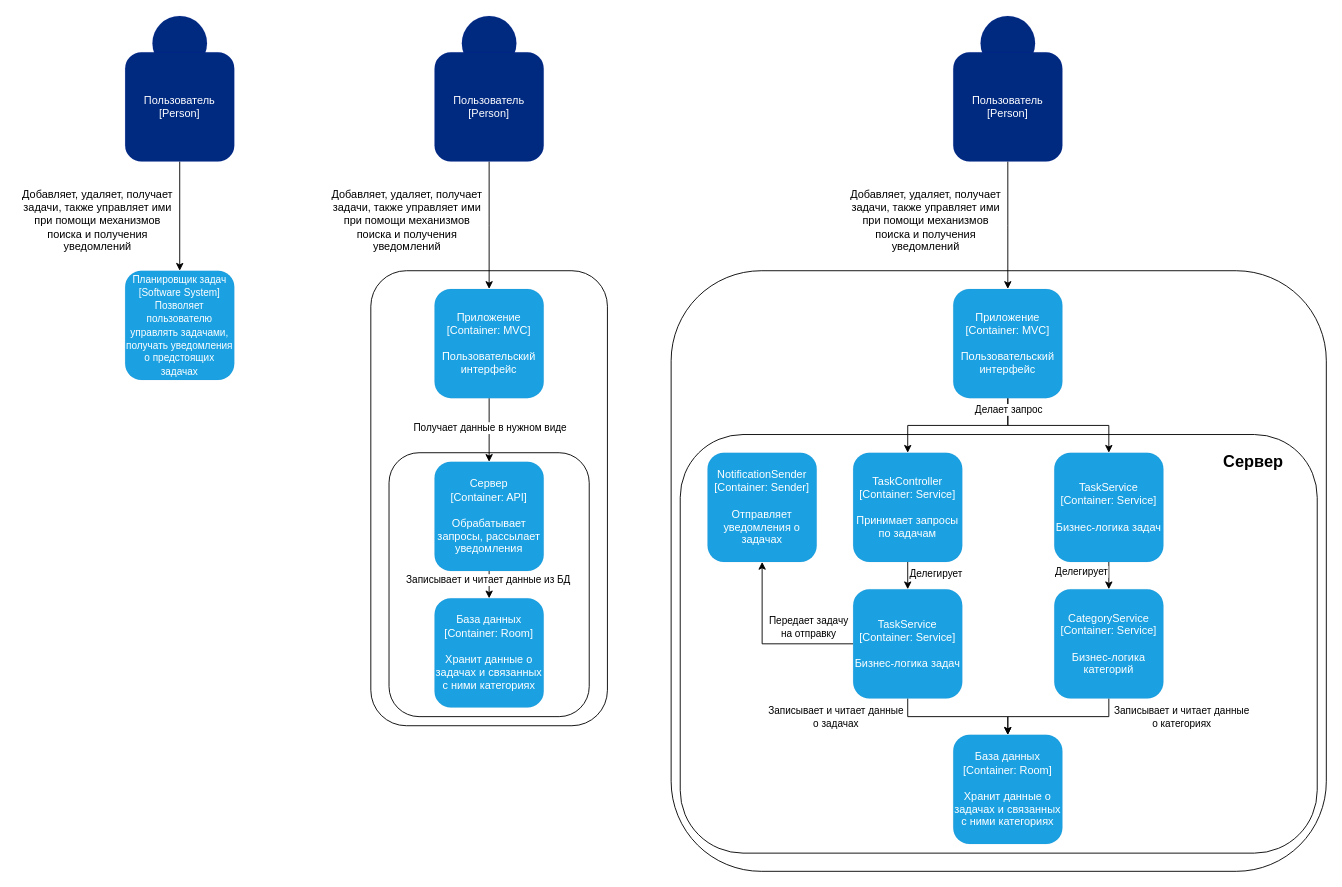
BaronVice/schemas keeps this draw.io diagram as Architecture.drawio. Above is the earlier version. Source tidied: cells renumbered, new cells numbered last; positions are measured from the earlier drawing's top-left corner, leaving out a move shared by most shapes. Both pictures are drawn from the tidied source at 91%, with x=0, y=0 at pixel (15, 15).
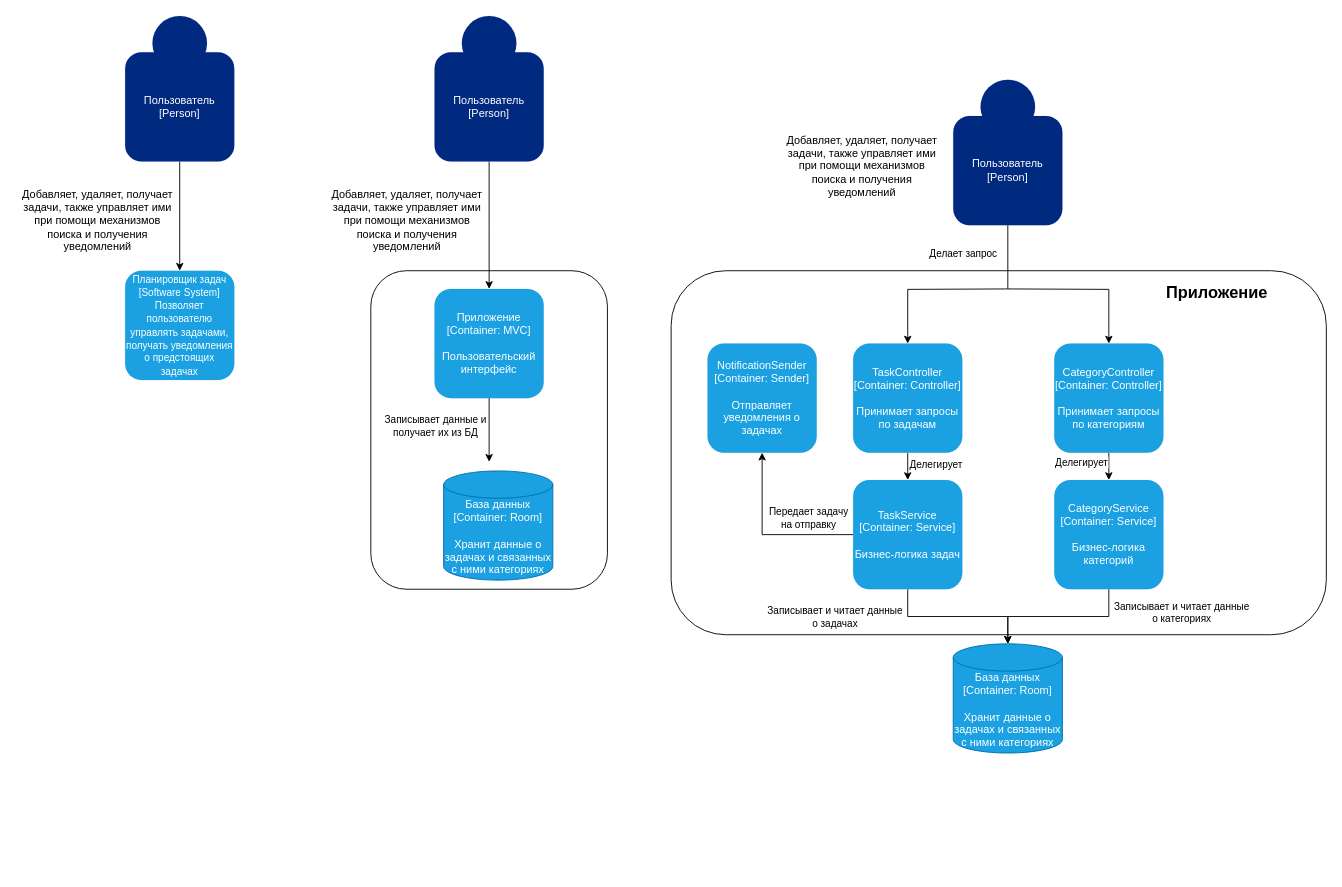
The same diagram, later.

Unchanged cells that the change refers to:
```xml
<mxCell id="19" value="&lt;div&gt;Приложение&lt;/div&gt;&lt;div&gt;[Container: MVC]&lt;/div&gt;&lt;div&gt;&lt;br&gt;&lt;/div&gt;&lt;div&gt;Пользовательский интерфейс&lt;/div&gt;" style="rounded=1;whiteSpace=wrap;html=1;fillColor=#1ba1e2;fontColor=#ffffff;strokeColor=#006EAF;strokeWidth=0;" parent="1" vertex="1">
  <mxGeometry x="460" y="300" width="120" height="120" as="geometry" />
</mxCell>
```

Change to the diagram source:
```diff
@@
     <mxCell id="9" style="rounded=1;whiteSpace=wrap;html=1;" parent="1" vertex="1">
-      <mxGeometry x="390" y="280" width="260" height="500" as="geometry" />
+      <mxGeometry x="390" y="280" width="260" height="350" as="geometry" />
     </mxCell>
-    <mxCell id="10" style="rounded=1;whiteSpace=wrap;html=1;" parent="1" vertex="1">
-      <mxGeometry x="410" y="480" width="220" height="290" as="geometry" />
-    </mxCell>
-    <mxCell id="11" value="&lt;div&gt;База данных&lt;/div&gt;&lt;div&gt;[Container: Room]&lt;/div&gt;&lt;div&gt;&lt;br&gt;&lt;/div&gt;&lt;div&gt;Хранит данные о задачах и связанных с ними категориях&lt;/div&gt;" style="rounded=1;whiteSpace=wrap;html=1;fillColor=#1ba1e2;fontColor=#ffffff;strokeColor=#006EAF;strokeWidth=0;" parent="1" vertex="1">
-      <mxGeometry x="460" y="640" width="120" height="120" as="geometry" />
-    </mxCell>
-    <mxCell id="12" style="edgeStyle=orthogonalEdgeStyle;rounded=0;jettySize=auto;html=1;exitX=0.5;exitY=1;exitDx=0;exitDy=0;entryX=0.5;entryY=0;entryDx=0;entryDy=0;" parent="1" edge="1" source="14" target="11">
-      <mxGeometry relative="1" as="geometry" />
-    </mxCell>
-    <mxCell id="13" value="Записывает и читает данные из БД" style="edgeLabel;html=1;align=center;verticalAlign=middle;" parent="12" vertex="1">
-      <mxGeometry x="-0.4" y="-2" relative="1" as="geometry" />
-    </mxCell>
-    <mxCell id="14" value="&lt;div&gt;Сервер&lt;/div&gt;&lt;div&gt;[Container: API]&lt;/div&gt;&lt;div&gt;&lt;br&gt;&lt;/div&gt;&lt;div&gt;Обрабатывает запросы, рассылает уведомления&lt;/div&gt;" style="rounded=1;whiteSpace=wrap;html=1;fillColor=#1ba1e2;fontColor=#ffffff;strokeColor=#006EAF;strokeWidth=0;" parent="1" vertex="1">
-      <mxGeometry x="460" y="490" width="120" height="120" as="geometry" />
-    </mxCell>
@@
-    <mxCell id="17" style="edgeStyle=orthogonalEdgeStyle;rounded=0;jettySize=auto;html=1;exitX=0.5;exitY=1;exitDx=0;exitDy=0;entryX=0.5;entryY=0;entryDx=0;entryDy=0;" parent="1" edge="1" source="19" target="14">
-      <mxGeometry relative="1" as="geometry" />
+    <mxCell id="17" style="edgeStyle=orthogonalEdgeStyle;rounded=0;jettySize=auto;html=1;exitX=0.5;exitY=1;exitDx=0;exitDy=0;entryX=0.5;entryY=0;entryDx=0;entryDy=0;" parent="1" edge="1" source="19">
+      <mxGeometry relative="1" as="geometry">
+        <mxPoint x="520" y="490" as="targetPoint" />
+      </mxGeometry>
     </mxCell>
-    <mxCell id="18" value="Получает данные в нужном виде" style="edgeLabel;html=1;align=center;verticalAlign=middle;" parent="17" vertex="1">
+    <mxCell id="18" value="&lt;div&gt;Записывает данные и&lt;/div&gt;&lt;div&gt;получает их из БД&lt;/div&gt;" style="edgeLabel;html=1;align=center;verticalAlign=middle;" parent="17" vertex="1">
       <mxGeometry x="-0.09" y="5" relative="1" as="geometry">
-        <mxPoint x="-5" as="offset" />
+        <mxPoint x="-65" y="-2" as="offset" />
       </mxGeometry>
     </mxCell>
@@
     <mxCell id="20" style="ellipse;whiteSpace=wrap;html=1;fillColor=light-dark(#002980,#6DB2FF);fontColor=#ffffff;strokeColor=#001DBC;strokeWidth=0;" parent="1" vertex="1">
-      <mxGeometry x="1060" width="60" height="60" as="geometry" />
+      <mxGeometry x="1060" y="70" width="60" height="60" as="geometry" />
     </mxCell>
     <mxCell id="21" value="Добавляет, удаляет, получает задачи, также управляет ими при помощи механизмов поиска и получения уведомлений" style="text;html=1;align=center;verticalAlign=middle;whiteSpace=wrap;rounded=0;" parent="1" vertex="1">
-      <mxGeometry x="910" y="210" width="180" height="30" as="geometry" />
+      <mxGeometry x="840" y="150" width="180" height="30" as="geometry" />
     </mxCell>
     <mxCell id="22" style="rounded=1;whiteSpace=wrap;html=1;" parent="1" vertex="1">
-      <mxGeometry x="720" y="280" width="720" height="660" as="geometry" />
+      <mxGeometry x="720" y="280" width="720" height="400" as="geometry" />
     </mxCell>
-    <mxCell id="23" style="rounded=1;whiteSpace=wrap;html=1;" parent="1" vertex="1">
-      <mxGeometry x="730" y="460" width="700" height="460" as="geometry" />
-    </mxCell>
-    <mxCell id="24" value="&lt;div&gt;База данных&lt;/div&gt;&lt;div&gt;[Container: Room]&lt;/div&gt;&lt;div&gt;&lt;br&gt;&lt;/div&gt;&lt;div&gt;Хранит данные о задачах и связанных с ними категориях&lt;/div&gt;" style="rounded=1;whiteSpace=wrap;html=1;fillColor=#1ba1e2;fontColor=#ffffff;strokeColor=#006EAF;strokeWidth=0;" parent="1" vertex="1">
-      <mxGeometry x="1030" y="790" width="120" height="120" as="geometry" />
-    </mxCell>
-    <mxCell id="25" style="edgeStyle=orthogonalEdgeStyle;rounded=0;jettySize=auto;html=1;exitX=0.5;exitY=1;exitDx=0;exitDy=0;entryX=0.5;entryY=0;entryDx=0;entryDy=0;" parent="1" edge="1" source="29" target="24">
+    <mxCell id="25" style="edgeStyle=orthogonalEdgeStyle;rounded=0;jettySize=auto;html=1;exitX=0.5;exitY=1;exitDx=0;exitDy=0;entryX=0.5;entryY=0;entryDx=0;entryDy=0;entryPerimeter=0;" parent="1" edge="1" source="29" target="47">
       <mxGeometry relative="1" as="geometry" />
     </mxCell>
@@
     <mxCell id="29" value="&lt;div&gt;TaskService&lt;/div&gt;&lt;div&gt;[Container: Service]&lt;/div&gt;&lt;div&gt;&lt;br&gt;&lt;/div&gt;&lt;div&gt;Бизнес-логика задач&lt;/div&gt;" style="rounded=1;whiteSpace=wrap;html=1;fillColor=#1ba1e2;fontColor=#ffffff;strokeColor=#006EAF;strokeWidth=0;" parent="1" vertex="1">
-      <mxGeometry x="920" y="630" width="120" height="120" as="geometry" />
+      <mxGeometry x="920" y="510" width="120" height="120" as="geometry" />
     </mxCell>
-    <mxCell id="30" style="edgeStyle=orthogonalEdgeStyle;rounded=0;jettySize=auto;html=1;exitX=0.5;exitY=1;exitDx=0;exitDy=0;entryX=0.5;entryY=0;entryDx=0;entryDy=0;" parent="1" edge="1" source="31">
+    <mxCell id="30" style="edgeStyle=orthogonalEdgeStyle;rounded=0;jettySize=auto;html=1;exitX=0.5;exitY=1;exitDx=0;exitDy=0;entryX=0.5;entryY=0;entryDx=0;entryDy=0;endArrow=none;startFill=0;" parent="1" edge="1" source="31">
       <mxGeometry relative="1" as="geometry">
         <mxPoint x="1090" y="300" as="targetPoint" />
       </mxGeometry>
     </mxCell>
     <mxCell id="31" value="&lt;div&gt;Пользователь&lt;/div&gt;&lt;div&gt;[Person]&lt;/div&gt;" style="rounded=1;whiteSpace=wrap;html=1;fillColor=light-dark(#002980,#6DB2FF);fontColor=#ffffff;strokeColor=#001DBC;strokeWidth=0;" parent="1" vertex="1">
-      <mxGeometry x="1030" y="40" width="120" height="120" as="geometry" />
+      <mxGeometry x="1030" y="110" width="120" height="120" as="geometry" />
     </mxCell>
-    <mxCell id="32" style="edgeStyle=orthogonalEdgeStyle;rounded=0;jettySize=auto;html=1;exitX=0.5;exitY=1;exitDx=0;exitDy=0;entryX=0.5;entryY=0;entryDx=0;entryDy=0;" parent="1" edge="1" source="35" target="41">
-      <mxGeometry relative="1" as="geometry" />
+    <mxCell id="32" style="edgeStyle=orthogonalEdgeStyle;rounded=0;jettySize=auto;html=1;exitX=0.5;exitY=1;exitDx=0;exitDy=0;entryX=0.5;entryY=0;entryDx=0;entryDy=0;" parent="1" edge="1" target="41">
+      <mxGeometry relative="1" as="geometry">
+        <mxPoint x="1090" y="300" as="sourcePoint" />
+      </mxGeometry>
     </mxCell>
-    <mxCell id="33" style="edgeStyle=orthogonalEdgeStyle;rounded=0;jettySize=auto;html=1;exitX=0.5;exitY=1;exitDx=0;exitDy=0;entryX=0.5;entryY=0;entryDx=0;entryDy=0;" parent="1" edge="1" source="35" target="44">
-      <mxGeometry relative="1" as="geometry" />
+    <mxCell id="33" style="edgeStyle=orthogonalEdgeStyle;rounded=0;jettySize=auto;html=1;exitX=0.5;exitY=1;exitDx=0;exitDy=0;entryX=0.5;entryY=0;entryDx=0;entryDy=0;" parent="1" edge="1" target="44">
+      <mxGeometry relative="1" as="geometry">
+        <mxPoint x="1090" y="300" as="sourcePoint" />
+      </mxGeometry>
     </mxCell>
     <mxCell id="34" value="Делает запрос" style="edgeLabel;html=1;align=center;verticalAlign=middle;" parent="33" vertex="1">
       <mxGeometry x="-0.86" y="3" relative="1" as="geometry">
-        <mxPoint x="-3" as="offset" />
+        <mxPoint x="-62" y="-37" as="offset" />
       </mxGeometry>
     </mxCell>
-    <mxCell id="35" value="&lt;div&gt;Приложение&lt;/div&gt;&lt;div&gt;[Container: MVC]&lt;/div&gt;&lt;div&gt;&lt;br&gt;&lt;/div&gt;&lt;div&gt;Пользовательский интерфейс&lt;/div&gt;" style="rounded=1;whiteSpace=wrap;html=1;fillColor=#1ba1e2;fontColor=#ffffff;strokeColor=#006EAF;strokeWidth=0;" parent="1" vertex="1">
-      <mxGeometry x="1030" y="300" width="120" height="120" as="geometry" />
-    </mxCell>
-    <mxCell id="36" style="edgeStyle=orthogonalEdgeStyle;rounded=0;jettySize=auto;html=1;exitX=0.5;exitY=1;exitDx=0;exitDy=0;entryX=0.5;entryY=0;entryDx=0;entryDy=0;" parent="1" edge="1" source="38" target="24">
+    <mxCell id="36" style="edgeStyle=orthogonalEdgeStyle;rounded=0;jettySize=auto;html=1;exitX=0.5;exitY=1;exitDx=0;exitDy=0;entryX=0.5;entryY=0;entryDx=0;entryDy=0;entryPerimeter=0;" parent="1" edge="1" source="38" target="47">
       <mxGeometry relative="1" as="geometry" />
     </mxCell>
@@
     <mxCell id="38" value="&lt;div&gt;CategoryService&lt;/div&gt;&lt;div&gt;[Container: Service]&lt;/div&gt;&lt;div&gt;&lt;br&gt;&lt;/div&gt;&lt;div&gt;Бизнес-логика категорий&lt;/div&gt;" style="rounded=1;whiteSpace=wrap;html=1;fillColor=#1ba1e2;fontColor=#ffffff;strokeColor=#006EAF;strokeWidth=0;" parent="1" vertex="1">
-      <mxGeometry x="1141" y="630" width="120" height="120" as="geometry" />
+      <mxGeometry x="1141" y="510" width="120" height="120" as="geometry" />
     </mxCell>
@@
-    <mxCell id="41" value="&lt;div&gt;TaskController&lt;/div&gt;&lt;div&gt;[Container: Service]&lt;/div&gt;&lt;div&gt;&lt;br&gt;&lt;/div&gt;&lt;div&gt;Принимает запросы по задачам&lt;/div&gt;" style="rounded=1;whiteSpace=wrap;html=1;fillColor=#1ba1e2;fontColor=#ffffff;strokeColor=#006EAF;strokeWidth=0;" parent="1" vertex="1">
-      <mxGeometry x="920" y="480" width="120" height="120" as="geometry" />
+    <mxCell id="41" value="&lt;div&gt;TaskController&lt;/div&gt;&lt;div&gt;[Container: Controller]&lt;/div&gt;&lt;div&gt;&lt;br&gt;&lt;/div&gt;&lt;div&gt;Принимает запросы по задачам&lt;/div&gt;" style="rounded=1;whiteSpace=wrap;html=1;fillColor=#1ba1e2;fontColor=#ffffff;strokeColor=#006EAF;strokeWidth=0;" parent="1" vertex="1">
+      <mxGeometry x="920" y="360" width="120" height="120" as="geometry" />
     </mxCell>
@@
-    <mxCell id="44" value="&lt;div&gt;TaskService&lt;/div&gt;&lt;div&gt;[Container: Service]&lt;/div&gt;&lt;div&gt;&lt;br&gt;&lt;/div&gt;&lt;div&gt;Бизнес-логика задач&lt;/div&gt;" style="rounded=1;whiteSpace=wrap;html=1;fillColor=#1ba1e2;fontColor=#ffffff;strokeColor=#006EAF;strokeWidth=0;" parent="1" vertex="1">
-      <mxGeometry x="1141" y="480" width="120" height="120" as="geometry" />
+    <mxCell id="44" value="&lt;div&gt;CategoryController&lt;/div&gt;&lt;div&gt;[Container: Controller]&lt;/div&gt;&lt;div&gt;&lt;br&gt;&lt;/div&gt;&lt;div&gt;Принимает запросы по категориям&lt;/div&gt;" style="rounded=1;whiteSpace=wrap;html=1;fillColor=#1ba1e2;fontColor=#ffffff;strokeColor=#006EAF;strokeWidth=0;" parent="1" vertex="1">
+      <mxGeometry x="1141" y="360" width="120" height="120" as="geometry" />
     </mxCell>
     <mxCell id="45" value="&lt;div&gt;NotificationSender&lt;/div&gt;&lt;div&gt;[Container: Sender]&lt;/div&gt;&lt;div&gt;&lt;br&gt;&lt;/div&gt;&lt;div&gt;Отправляет уведомления о задачах&lt;/div&gt;" style="rounded=1;whiteSpace=wrap;html=1;fillColor=#1ba1e2;fontColor=#ffffff;strokeColor=#006EAF;strokeWidth=0;" parent="1" vertex="1">
-      <mxGeometry x="760" y="480" width="120" height="120" as="geometry" />
+      <mxGeometry x="760" y="360" width="120" height="120" as="geometry" />
     </mxCell>
-    <mxCell id="46" value="&lt;font style=&quot;font-size: 18px;&quot;&gt;&lt;b&gt;Сервер&lt;/b&gt;&lt;/font&gt;" style="text;html=1;align=center;verticalAlign=middle;whiteSpace=wrap;rounded=0;" parent="1" vertex="1">
-      <mxGeometry x="1330" y="475" width="60" height="30" as="geometry" />
+    <mxCell id="46" value="&lt;font style=&quot;font-size: 18px;&quot;&gt;&lt;b&gt;Приложение&lt;/b&gt;&lt;/font&gt;" style="text;html=1;align=center;verticalAlign=middle;whiteSpace=wrap;rounded=0;" parent="1" vertex="1">
+      <mxGeometry x="1290" y="290" width="60" height="30" as="geometry" />
     </mxCell>
+    <mxCell id="47" value="&lt;div&gt;База данных&lt;/div&gt;&lt;div&gt;[Container: Room]&lt;/div&gt;&lt;div&gt;&lt;br&gt;&lt;/div&gt;&lt;div&gt;Хранит данные о задачах и связанных с ними категориях&lt;/div&gt;" style="shape=cylinder3;whiteSpace=wrap;html=1;boundedLbl=1;backgroundOutline=1;size=15;fillColor=#1ba1e2;strokeColor=#006EAF;fontColor=#ffffff;" parent="1" vertex="1">
+      <mxGeometry x="1030" y="690" width="120" height="120" as="geometry" />
+    </mxCell>
+    <mxCell id="48" value="&lt;div&gt;База данных&lt;/div&gt;&lt;div&gt;[Container: Room]&lt;/div&gt;&lt;div&gt;&lt;br&gt;&lt;/div&gt;&lt;div&gt;Хранит данные о задачах и связанных с ними категориях&lt;/div&gt;" style="shape=cylinder3;whiteSpace=wrap;html=1;boundedLbl=1;backgroundOutline=1;size=15;fillColor=#1ba1e2;strokeColor=#006EAF;fontColor=#ffffff;" parent="1" vertex="1">
+      <mxGeometry x="470" y="500" width="120" height="120" as="geometry" />
+    </mxCell>
```
